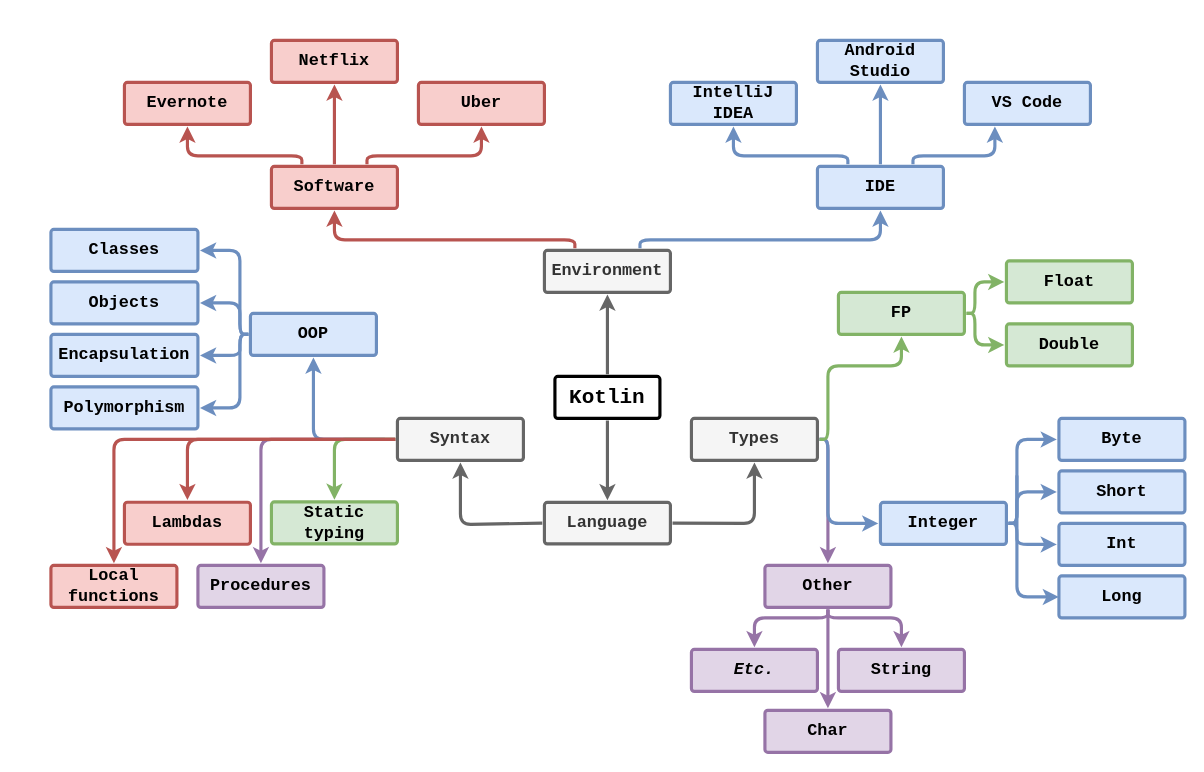
Above: Копия Диаграмма без названия.drawio in IvanKr08/Root-Certificate-Updater (draw.io), before the change. Source tidied: cells renumbered, new cells numbered last; positions are measured from the earlier drawing's top-left corner, leaving out a move shared by most shapes. Both pictures are drawn from the tidied source at 105%, with x=0, y=0 at pixel (50, 40).
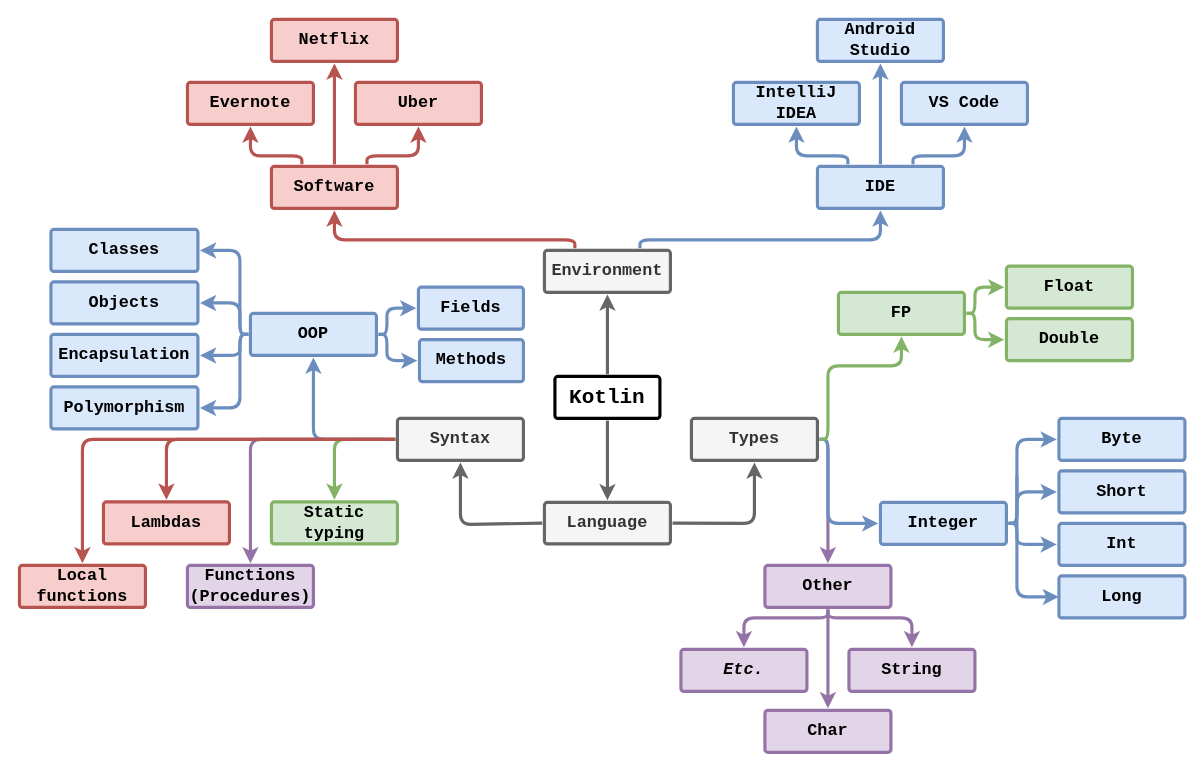
The same page after the edit.

The change refers to these unchanged cells:
```xml
<mxCell id="6" value="Software" style="rounded=1;whiteSpace=wrap;html=1;shadow=0;labelBackgroundColor=none;strokeColor=#b85450;strokeWidth=3;fillColor=#f8cecc;fontFamily=Courier New;fontSize=16;align=center;spacing=5;fontStyle=1;arcSize=7;perimeterSpacing=2;" parent="1" vertex="1">
  <mxGeometry x="210" y="120" width="120" height="40" as="geometry" />
</mxCell>
<mxCell id="21" value="IDE" style="rounded=1;whiteSpace=wrap;html=1;shadow=0;labelBackgroundColor=none;strokeColor=#6c8ebf;strokeWidth=3;fillColor=#dae8fc;fontFamily=Courier New;fontSize=16;align=center;spacing=5;fontStyle=1;arcSize=7;perimeterSpacing=2;" parent="1" vertex="1">
  <mxGeometry x="730" y="120" width="120" height="40" as="geometry" />
</mxCell>
<mxCell id="29" value="FP" style="rounded=1;whiteSpace=wrap;html=1;shadow=0;labelBackgroundColor=none;strokeColor=#82b366;strokeWidth=3;fillColor=#d5e8d4;fontFamily=Courier New;fontSize=16;align=center;spacing=5;fontStyle=1;arcSize=7;perimeterSpacing=2;" parent="1" vertex="1">
  <mxGeometry x="750" y="240" width="120" height="40" as="geometry" />
</mxCell>
<mxCell id="31" value="Other" style="rounded=1;whiteSpace=wrap;html=1;shadow=0;labelBackgroundColor=none;strokeColor=#9673a6;strokeWidth=3;fillColor=#e1d5e7;fontFamily=Courier New;fontSize=16;align=center;spacing=5;fontStyle=1;arcSize=7;perimeterSpacing=2;" parent="1" vertex="1">
  <mxGeometry x="680" y="500" width="120" height="40" as="geometry" />
</mxCell>
<mxCell id="48" value="Syntax" style="rounded=1;whiteSpace=wrap;html=1;shadow=0;labelBackgroundColor=none;strokeColor=#666666;strokeWidth=3;fillColor=#f5f5f5;fontFamily=Courier New;fontSize=16;align=center;spacing=5;fontStyle=1;arcSize=7;perimeterSpacing=2;fontColor=#333333;" parent="1" vertex="1">
  <mxGeometry x="330" y="360" width="120" height="40" as="geometry" />
</mxCell>
<mxCell id="53" value="OOP" style="rounded=1;whiteSpace=wrap;html=1;shadow=0;labelBackgroundColor=none;strokeColor=#6c8ebf;strokeWidth=3;fillColor=#dae8fc;fontFamily=Courier New;fontSize=16;align=center;spacing=5;fontStyle=1;arcSize=7;perimeterSpacing=2;" parent="1" vertex="1">
  <mxGeometry x="190" y="260" width="120" height="40" as="geometry" />
</mxCell>
```

What changed in the source:
```diff
@@
-    <mxCell id="7" style="edgeStyle=orthogonalEdgeStyle;rounded=0;jettySize=auto;html=1;exitX=0.5;exitY=1;exitDx=0;exitDy=0;strokeColor=#DDA15E;fontColor=#FEFAE0;fillColor=#BC6C25;" parent="1" edge="1" source="8">
-      <mxGeometry relative="1" as="geometry">
-        <mxPoint x="409.9" y="82" as="targetPoint" />
-      </mxGeometry>
-    </mxCell>
     <mxCell id="8" value="Uber" style="rounded=1;whiteSpace=wrap;html=1;shadow=0;labelBackgroundColor=none;strokeColor=#b85450;strokeWidth=3;fillColor=#f8cecc;fontFamily=Courier New;fontSize=16;align=center;spacing=5;arcSize=7;perimeterSpacing=2;fontStyle=1;" parent="1" vertex="1">
-      <mxGeometry x="350" y="40" width="120" height="40" as="geometry" />
+      <mxGeometry x="290" y="40" width="120" height="40" as="geometry" />
     </mxCell>
     <mxCell id="9" style="edgeStyle=none;rounded=1;jumpStyle=none;html=1;shadow=0;labelBackgroundColor=none;startArrow=none;startFill=0;endArrow=classic;endFill=1;jettySize=auto;strokeColor=#b85450;strokeWidth=3;fontFamily=Courier New;fontSize=16;fontColor=default;spacing=5;fontStyle=1;entryX=0.5;entryY=1;entryDx=0;entryDy=0;exitX=0.75;exitY=0;exitDx=0;exitDy=0;fillColor=#f8cecc;" parent="1" edge="1" source="6" target="8">
       <mxGeometry relative="1" as="geometry">
         <Array as="points">
           <mxPoint x="301" y="110" />
-          <mxPoint x="410" y="110" />
+          <mxPoint x="350" y="110" />
         </Array>
       </mxGeometry>
     </mxCell>
     <mxCell id="10" value="Netflix" style="rounded=1;whiteSpace=wrap;html=1;shadow=0;labelBackgroundColor=none;strokeColor=#b85450;strokeWidth=3;fillColor=#f8cecc;fontFamily=Courier New;fontSize=16;align=center;spacing=5;arcSize=7;perimeterSpacing=2;fontStyle=1;" parent="1" vertex="1">
-      <mxGeometry x="210" width="120" height="40" as="geometry" />
+      <mxGeometry x="210" y="-20" width="120" height="40" as="geometry" />
     </mxCell>
@@
     <mxCell id="12" value="Evernote" style="rounded=1;whiteSpace=wrap;html=1;shadow=0;labelBackgroundColor=none;strokeColor=#b85450;strokeWidth=3;fillColor=#f8cecc;fontFamily=Courier New;fontSize=16;align=center;spacing=5;arcSize=7;perimeterSpacing=2;fontStyle=1;" parent="1" vertex="1">
-      <mxGeometry x="70" y="40" width="120" height="40" as="geometry" />
+      <mxGeometry x="130" y="40" width="120" height="40" as="geometry" />
     </mxCell>
     <mxCell id="13" style="edgeStyle=none;rounded=1;jumpStyle=none;html=1;shadow=0;labelBackgroundColor=none;startArrow=none;startFill=0;endArrow=classic;endFill=1;jettySize=auto;strokeColor=#b85450;strokeWidth=3;fontFamily=Courier New;fontSize=16;fontColor=default;spacing=5;fontStyle=1;entryX=0.5;entryY=1;entryDx=0;entryDy=0;exitX=0.25;exitY=0;exitDx=0;exitDy=0;fillColor=#f8cecc;" parent="1" edge="1" source="6" target="12">
       <mxGeometry relative="1" as="geometry">
         <Array as="points">
           <mxPoint x="239" y="110" />
-          <mxPoint x="130" y="110" />
+          <mxPoint x="190" y="110" />
         </Array>
       </mxGeometry>
     </mxCell>
@@
     <mxCell id="22" value="VS Code" style="rounded=1;whiteSpace=wrap;html=1;shadow=0;labelBackgroundColor=none;strokeColor=#6c8ebf;strokeWidth=3;fillColor=#dae8fc;fontFamily=Courier New;fontSize=16;align=center;spacing=5;arcSize=7;perimeterSpacing=2;fontStyle=1;" parent="1" vertex="1">
-      <mxGeometry x="870" y="40" width="120" height="40" as="geometry" />
+      <mxGeometry x="810" y="40" width="120" height="40" as="geometry" />
     </mxCell>
-    <mxCell id="23" style="edgeStyle=none;rounded=1;jumpStyle=none;html=1;shadow=0;labelBackgroundColor=none;startArrow=none;startFill=0;endArrow=classic;endFill=1;jettySize=auto;strokeColor=#6c8ebf;strokeWidth=3;fontFamily=Courier New;fontSize=16;fontColor=default;spacing=5;fontStyle=1;exitX=0.75;exitY=0;exitDx=0;exitDy=0;fillColor=#dae8fc;entryX=0.25;entryY=1;entryDx=0;entryDy=0;" parent="1" edge="1" source="21" target="22">
+    <mxCell id="23" style="edgeStyle=none;rounded=1;jumpStyle=none;html=1;shadow=0;labelBackgroundColor=none;startArrow=none;startFill=0;endArrow=classic;endFill=1;jettySize=auto;strokeColor=#6c8ebf;strokeWidth=3;fontFamily=Courier New;fontSize=16;fontColor=default;spacing=5;fontStyle=1;exitX=0.75;exitY=0;exitDx=0;exitDy=0;fillColor=#dae8fc;entryX=0.5;entryY=1;entryDx=0;entryDy=0;" parent="1" edge="1" source="21" target="22">
       <mxGeometry relative="1" as="geometry">
         <Array as="points">
           <mxPoint x="821" y="110" />
-          <mxPoint x="899" y="110" />
+          <mxPoint x="870" y="110" />
         </Array>
       </mxGeometry>
     </mxCell>
     <mxCell id="24" value="Android Studio" style="rounded=1;whiteSpace=wrap;html=1;shadow=0;labelBackgroundColor=none;strokeColor=#6c8ebf;strokeWidth=3;fillColor=#dae8fc;fontFamily=Courier New;fontSize=16;align=center;spacing=5;arcSize=7;perimeterSpacing=2;fontStyle=1;" parent="1" vertex="1">
-      <mxGeometry x="730" width="120" height="40" as="geometry" />
+      <mxGeometry x="730" y="-20" width="120" height="40" as="geometry" />
     </mxCell>
@@
     <mxCell id="26" style="edgeStyle=none;rounded=1;jumpStyle=none;html=1;shadow=0;labelBackgroundColor=none;startArrow=none;startFill=0;endArrow=classic;endFill=1;jettySize=auto;strokeColor=#6c8ebf;strokeWidth=3;fontFamily=Courier New;fontSize=16;fontColor=default;spacing=5;fontStyle=1;entryX=0.5;entryY=1;entryDx=0;entryDy=0;exitX=0.25;exitY=0;exitDx=0;exitDy=0;fillColor=#dae8fc;" parent="1" edge="1" source="21" target="27">
       <mxGeometry relative="1" as="geometry">
         <Array as="points">
           <mxPoint x="759" y="110" />
-          <mxPoint x="650" y="110" />
+          <mxPoint x="710" y="110" />
         </Array>
       </mxGeometry>
     </mxCell>
     <mxCell id="27" value="IntelliJ IDEA" style="rounded=1;whiteSpace=wrap;html=1;shadow=0;labelBackgroundColor=none;strokeColor=#6c8ebf;strokeWidth=3;fillColor=#dae8fc;fontFamily=Courier New;fontSize=16;align=center;spacing=5;arcSize=7;perimeterSpacing=2;fontStyle=1;" parent="1" vertex="1">
-      <mxGeometry x="590" y="40" width="120" height="40" as="geometry" />
+      <mxGeometry x="650" y="40" width="120" height="40" as="geometry" />
     </mxCell>
@@
     <mxCell id="32" value="Double" style="rounded=1;whiteSpace=wrap;html=1;shadow=0;labelBackgroundColor=none;strokeColor=#82b366;strokeWidth=3;fillColor=#d5e8d4;fontFamily=Courier New;fontSize=16;align=center;spacing=5;fontStyle=1;arcSize=7;perimeterSpacing=2;" parent="1" vertex="1">
-      <mxGeometry x="910" y="270" width="120" height="40" as="geometry" />
+      <mxGeometry x="910" y="265" width="120" height="40" as="geometry" />
     </mxCell>
     <mxCell id="33" value="Float" style="rounded=1;whiteSpace=wrap;html=1;shadow=0;labelBackgroundColor=none;strokeColor=#82b366;strokeWidth=3;fillColor=#d5e8d4;fontFamily=Courier New;fontSize=16;align=center;spacing=5;fontStyle=1;arcSize=7;perimeterSpacing=2;" parent="1" vertex="1">
-      <mxGeometry x="910" y="210" width="120" height="40" as="geometry" />
+      <mxGeometry x="910" y="215" width="120" height="40" as="geometry" />
     </mxCell>
     <mxCell id="34" style="edgeStyle=none;rounded=1;jumpStyle=none;html=1;shadow=0;labelBackgroundColor=none;startArrow=none;startFill=0;jettySize=auto;strokeColor=#82b366;strokeWidth=3;fontFamily=Courier New;fontSize=16;fontColor=default;spacing=5;fontStyle=1;fillColor=#d5e8d4;exitX=1;exitY=0.5;exitDx=0;exitDy=0;entryX=0;entryY=0.5;entryDx=0;entryDy=0;" parent="1" edge="1" source="29" target="32">
       <mxGeometry relative="1" as="geometry">
         <Array as="points">
           <mxPoint x="880" y="260" />
-          <mxPoint x="880" y="290" />
+          <mxPoint x="880" y="285" />
         </Array>
       </mxGeometry>
     </mxCell>
     <mxCell id="35" style="edgeStyle=none;rounded=1;jumpStyle=none;html=1;shadow=0;labelBackgroundColor=none;startArrow=none;startFill=0;jettySize=auto;strokeColor=#82b366;strokeWidth=3;fontFamily=Courier New;fontSize=16;fontColor=default;spacing=5;fontStyle=1;fillColor=#d5e8d4;exitX=1;exitY=0.5;exitDx=0;exitDy=0;entryX=0;entryY=0.5;entryDx=0;entryDy=0;" parent="1" edge="1" source="29" target="33">
       <mxGeometry relative="1" as="geometry">
         <Array as="points">
           <mxPoint x="880" y="260" />
-          <mxPoint x="880" y="230" />
+          <mxPoint x="880" y="235" />
         </Array>
       </mxGeometry>
     </mxCell>
@@
     <mxCell id="44" value="String" style="rounded=1;whiteSpace=wrap;html=1;shadow=0;labelBackgroundColor=none;strokeColor=#9673a6;strokeWidth=3;fillColor=#e1d5e7;fontFamily=Courier New;fontSize=16;align=center;spacing=5;fontStyle=1;arcSize=7;perimeterSpacing=2;" parent="1" vertex="1">
-      <mxGeometry x="750" y="580" width="120" height="40" as="geometry" />
+      <mxGeometry x="760" y="580" width="120" height="40" as="geometry" />
     </mxCell>
     <mxCell id="45" value="Etc." style="rounded=1;whiteSpace=wrap;html=1;shadow=0;labelBackgroundColor=none;strokeColor=#9673a6;strokeWidth=3;fillColor=#e1d5e7;fontFamily=Courier New;fontSize=16;align=center;spacing=5;fontStyle=3;arcSize=7;perimeterSpacing=2;horizontal=1;" parent="1" vertex="1">
-      <mxGeometry x="610" y="580" width="120" height="40" as="geometry" />
+      <mxGeometry x="600" y="580" width="120" height="40" as="geometry" />
     </mxCell>
     <mxCell id="46" style="edgeStyle=none;rounded=1;jumpStyle=none;html=1;shadow=0;labelBackgroundColor=none;startArrow=none;startFill=0;jettySize=auto;strokeColor=#9673a6;strokeWidth=3;fontFamily=Courier New;fontSize=16;fontColor=default;spacing=5;fontStyle=1;fillColor=#e1d5e7;exitX=0.5;exitY=1;exitDx=0;exitDy=0;entryX=0.5;entryY=0;entryDx=0;entryDy=0;" parent="1" edge="1" source="31" target="44">
       <mxGeometry relative="1" as="geometry">
         <Array as="points">
           <mxPoint x="740" y="550" />
-          <mxPoint x="810" y="550" />
+          <mxPoint x="820" y="550" />
         </Array>
       </mxGeometry>
     </mxCell>
     <mxCell id="47" style="edgeStyle=none;rounded=1;jumpStyle=none;html=1;shadow=0;labelBackgroundColor=none;startArrow=none;startFill=0;jettySize=auto;strokeColor=#9673a6;strokeWidth=3;fontFamily=Courier New;fontSize=16;fontColor=default;spacing=5;fontStyle=1;fillColor=#e1d5e7;exitX=0.5;exitY=1;exitDx=0;exitDy=0;entryX=0.5;entryY=0;entryDx=0;entryDy=0;" parent="1" edge="1" source="31" target="45">
       <mxGeometry relative="1" as="geometry">
         <Array as="points">
           <mxPoint x="740" y="550" />
-          <mxPoint x="670" y="550" />
+          <mxPoint x="660" y="550" />
         </Array>
       </mxGeometry>
     </mxCell>
@@
     <mxCell id="50" style="edgeStyle=none;rounded=1;jumpStyle=none;html=1;shadow=0;labelBackgroundColor=none;startArrow=none;startFill=0;jettySize=auto;strokeWidth=3;fontFamily=Courier New;fontSize=16;fontColor=default;spacing=5;fontStyle=1;exitX=0;exitY=0.5;exitDx=0;exitDy=0;fillColor=#e1d5e7;strokeColor=#9673a6;entryX=0.5;entryY=0;entryDx=0;entryDy=0;" parent="1" edge="1" source="48" target="63">
       <mxGeometry relative="1" as="geometry">
         <Array as="points">
-          <mxPoint x="200" y="380" />
+          <mxPoint x="190" y="380" />
         </Array>
       </mxGeometry>
     </mxCell>
@@
     <mxCell id="54" value="Lambdas" style="rounded=1;whiteSpace=wrap;html=1;shadow=0;labelBackgroundColor=none;strokeColor=#b85450;strokeWidth=3;fillColor=#f8cecc;fontFamily=Courier New;fontSize=16;align=center;spacing=5;fontStyle=1;arcSize=7;perimeterSpacing=2;glass=0;" parent="1" vertex="1">
-      <mxGeometry x="70" y="439.8" width="120" height="40" as="geometry" />
+      <mxGeometry x="50" y="439.5" width="120" height="40" as="geometry" />
     </mxCell>
@@
     <mxCell id="56" style="edgeStyle=none;rounded=1;jumpStyle=none;html=1;shadow=0;labelBackgroundColor=none;startArrow=none;startFill=0;jettySize=auto;strokeColor=#b85450;strokeWidth=3;fontFamily=Courier New;fontSize=16;fontColor=default;spacing=5;fontStyle=1;fillColor=#f8cecc;entryX=0.5;entryY=0;entryDx=0;entryDy=0;exitX=0;exitY=0.5;exitDx=0;exitDy=0;" parent="1" edge="1" source="48" target="54">
       <mxGeometry relative="1" as="geometry">
         <Array as="points">
-          <mxPoint x="130" y="380" />
+          <mxPoint x="110" y="380" />
         </Array>
       </mxGeometry>
     </mxCell>
@@
-    <mxCell id="63" value="Procedures" style="rounded=1;whiteSpace=wrap;html=1;shadow=0;labelBackgroundColor=none;strokeColor=#9673a6;strokeWidth=3;fillColor=#e1d5e7;fontFamily=Courier New;fontSize=16;align=center;spacing=5;fontStyle=1;arcSize=7;perimeterSpacing=2;" parent="1" vertex="1">
-      <mxGeometry x="140" y="500" width="120" height="40" as="geometry" />
+    <mxCell id="63" value="Functions (Procedures)" style="rounded=1;whiteSpace=wrap;html=1;shadow=0;labelBackgroundColor=none;strokeColor=#9673a6;strokeWidth=3;fillColor=#e1d5e7;fontFamily=Courier New;fontSize=16;align=center;spacing=5;fontStyle=1;arcSize=7;perimeterSpacing=2;" parent="1" vertex="1">
+      <mxGeometry x="130" y="500" width="120" height="40" as="geometry" />
     </mxCell>
@@
     <mxCell id="66" value="Local functions" style="rounded=1;whiteSpace=wrap;html=1;shadow=0;labelBackgroundColor=none;strokeColor=#b85450;strokeWidth=3;fillColor=#f8cecc;fontFamily=Courier New;fontSize=16;align=center;spacing=5;fontStyle=1;arcSize=7;perimeterSpacing=2;glass=0;" parent="1" vertex="1">
-      <mxGeometry y="500" width="120" height="40" as="geometry" />
+      <mxGeometry x="-30" y="500" width="120" height="40" as="geometry" />
     </mxCell>
     <mxCell id="67" style="edgeStyle=none;rounded=1;jumpStyle=none;html=1;shadow=0;labelBackgroundColor=none;startArrow=none;startFill=0;jettySize=auto;strokeColor=#b85450;strokeWidth=3;fontFamily=Courier New;fontSize=16;fontColor=default;spacing=5;fontStyle=1;fillColor=#f8cecc;entryX=0.5;entryY=0;entryDx=0;entryDy=0;exitX=0;exitY=0.5;exitDx=0;exitDy=0;" parent="1" edge="1" source="48" target="66">
       <mxGeometry relative="1" as="geometry">
         <Array as="points">
-          <mxPoint x="60" y="380" />
+          <mxPoint x="30" y="380" />
         </Array>
       </mxGeometry>
     </mxCell>
@@
+    <mxCell id="70" value="Methods" style="rounded=1;whiteSpace=wrap;html=1;shadow=0;labelBackgroundColor=none;strokeColor=#6c8ebf;strokeWidth=3;fillColor=#dae8fc;fontFamily=Courier New;fontSize=16;align=center;spacing=5;fontStyle=1;arcSize=7;perimeterSpacing=2;" parent="1" vertex="1">
+      <mxGeometry x="351" y="285" width="99" height="40" as="geometry" />
+    </mxCell>
+    <mxCell id="71" value="Fields" style="rounded=1;whiteSpace=wrap;html=1;shadow=0;labelBackgroundColor=none;strokeColor=#6c8ebf;strokeWidth=3;fillColor=#dae8fc;fontFamily=Courier New;fontSize=16;align=center;spacing=5;fontStyle=1;arcSize=7;perimeterSpacing=2;" parent="1" vertex="1">
+      <mxGeometry x="350" y="235" width="100" height="40" as="geometry" />
+    </mxCell>
+    <mxCell id="72" style="edgeStyle=none;rounded=1;jumpStyle=none;html=1;shadow=0;labelBackgroundColor=none;startArrow=none;startFill=0;jettySize=auto;strokeColor=#6c8ebf;strokeWidth=3;fontFamily=Courier New;fontSize=16;fontColor=default;spacing=5;fontStyle=1;fillColor=#dae8fc;exitX=1;exitY=0.5;exitDx=0;exitDy=0;entryX=0;entryY=0.5;entryDx=0;entryDy=0;" parent="1" edge="1" source="53" target="70">
+      <mxGeometry relative="1" as="geometry">
+        <Array as="points">
+          <mxPoint x="320" y="280" />
+          <mxPoint x="320" y="305" />
+        </Array>
+      </mxGeometry>
+    </mxCell>
+    <mxCell id="73" style="edgeStyle=none;rounded=1;jumpStyle=none;html=1;shadow=0;labelBackgroundColor=none;startArrow=none;startFill=0;jettySize=auto;strokeColor=#6c8ebf;strokeWidth=3;fontFamily=Courier New;fontSize=16;fontColor=default;spacing=5;fontStyle=1;fillColor=#dae8fc;entryX=0;entryY=0.5;entryDx=0;entryDy=0;exitX=1;exitY=0.5;exitDx=0;exitDy=0;" parent="1" edge="1" source="53" target="71">
+      <mxGeometry relative="1" as="geometry">
+        <Array as="points">
+          <mxPoint x="320" y="280" />
+          <mxPoint x="320" y="255" />
+        </Array>
+      </mxGeometry>
+    </mxCell>
```
